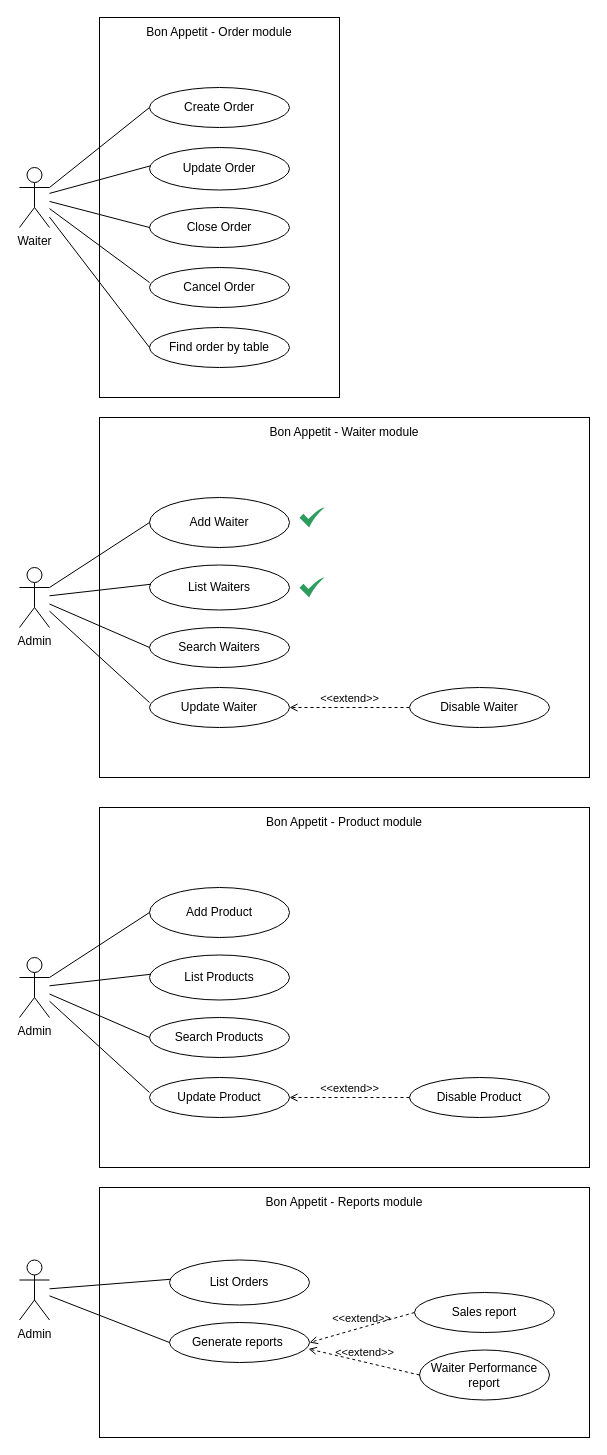
prezdev88/bon-appetit-backend keeps this draw.io diagram as .diagram/use-case-diagram.drawio. Above is the earlier version. Source tidied: cells renumbered, new cells numbered last; positions are measured from the earlier drawing's top-left corner, leaving out a move shared by most shapes. Both pictures are drawn from the tidied source at 100%, with x=0, y=0 at pixel (19, 17).
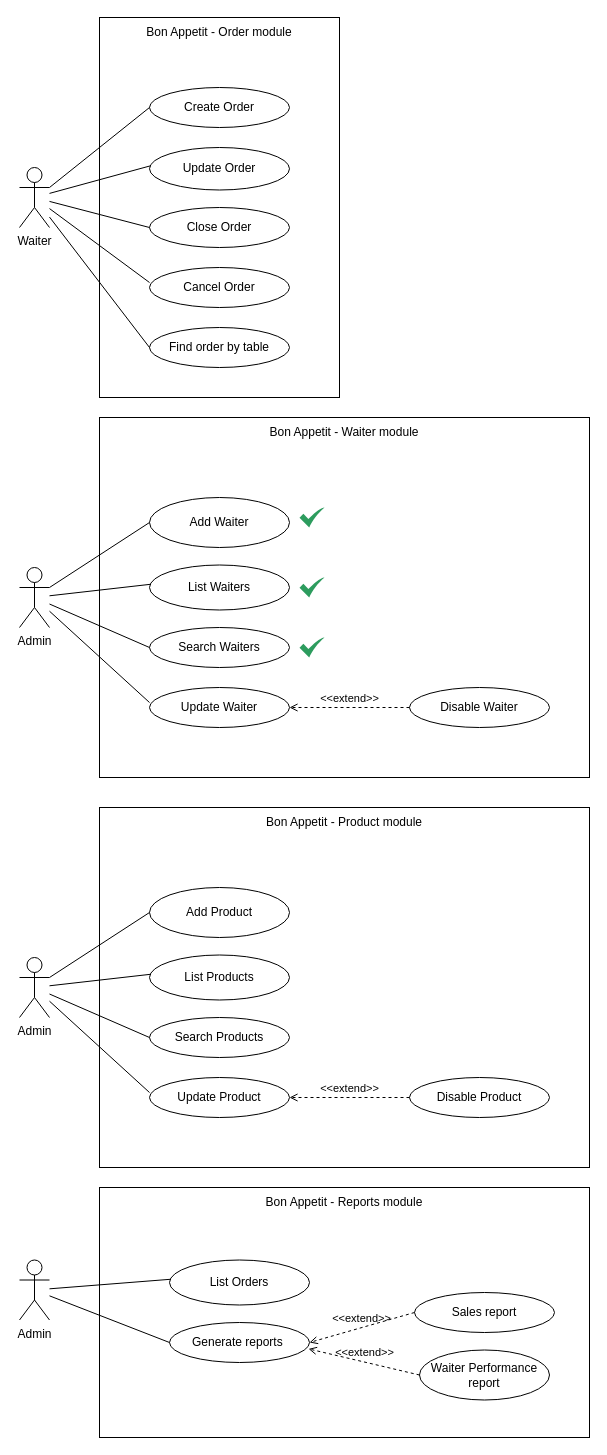
After the change.

Commit message:
fix: update use case diagram dimensions and add new check elements

The edit, as a diff of the source:
```diff
@@
+    <mxCell id="54" style="sketch=0;html=1;strokeColor=none;shadow=0;align=center;fillColor=#2D9C5E;verticalAlign=top;labelPosition=center;verticalLabelPosition=bottom;shape=mxgraph.gcp2.check;" parent="1" vertex="1">
+      <mxGeometry x="280" y="620" width="25" height="20" as="geometry" />
+    </mxCell>
```
